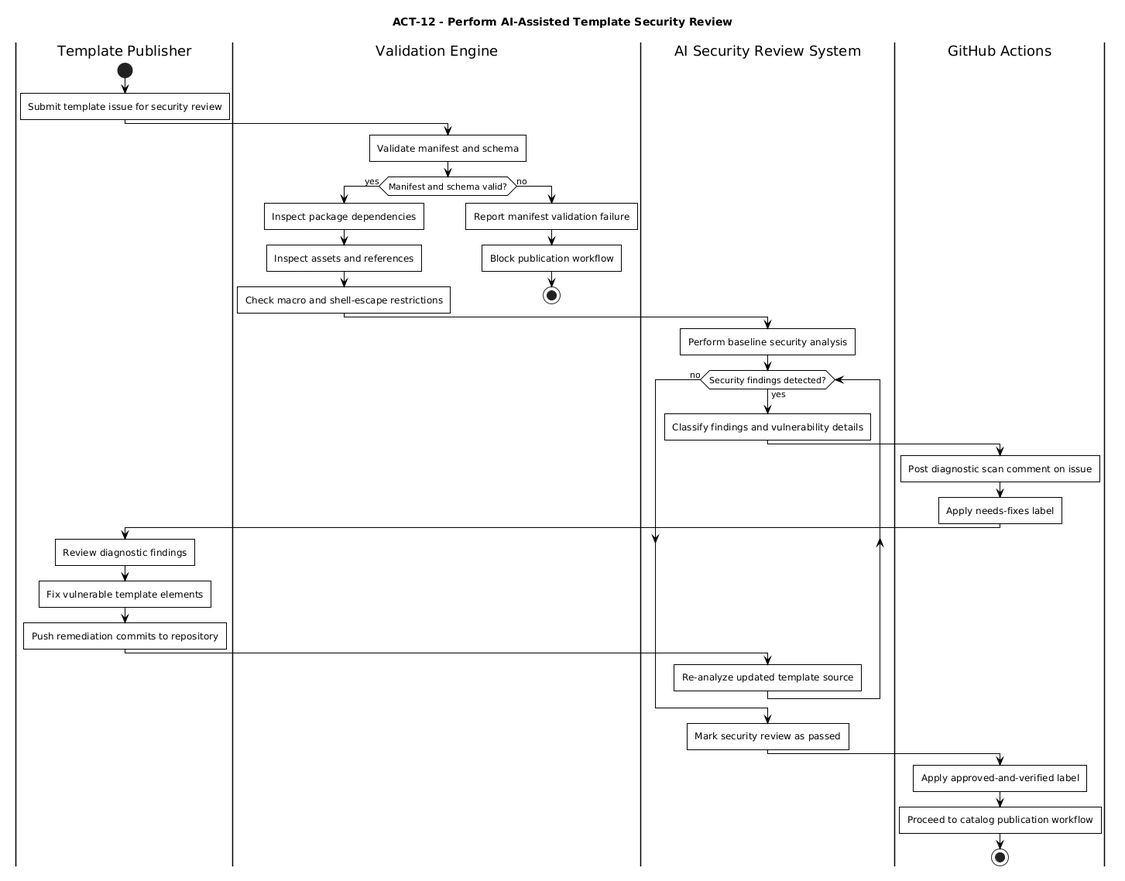
This is Figures/activity/12-security-review.png from Litho-MD/uet-fyp-docs, a PlantUML export, as it was before one commit.
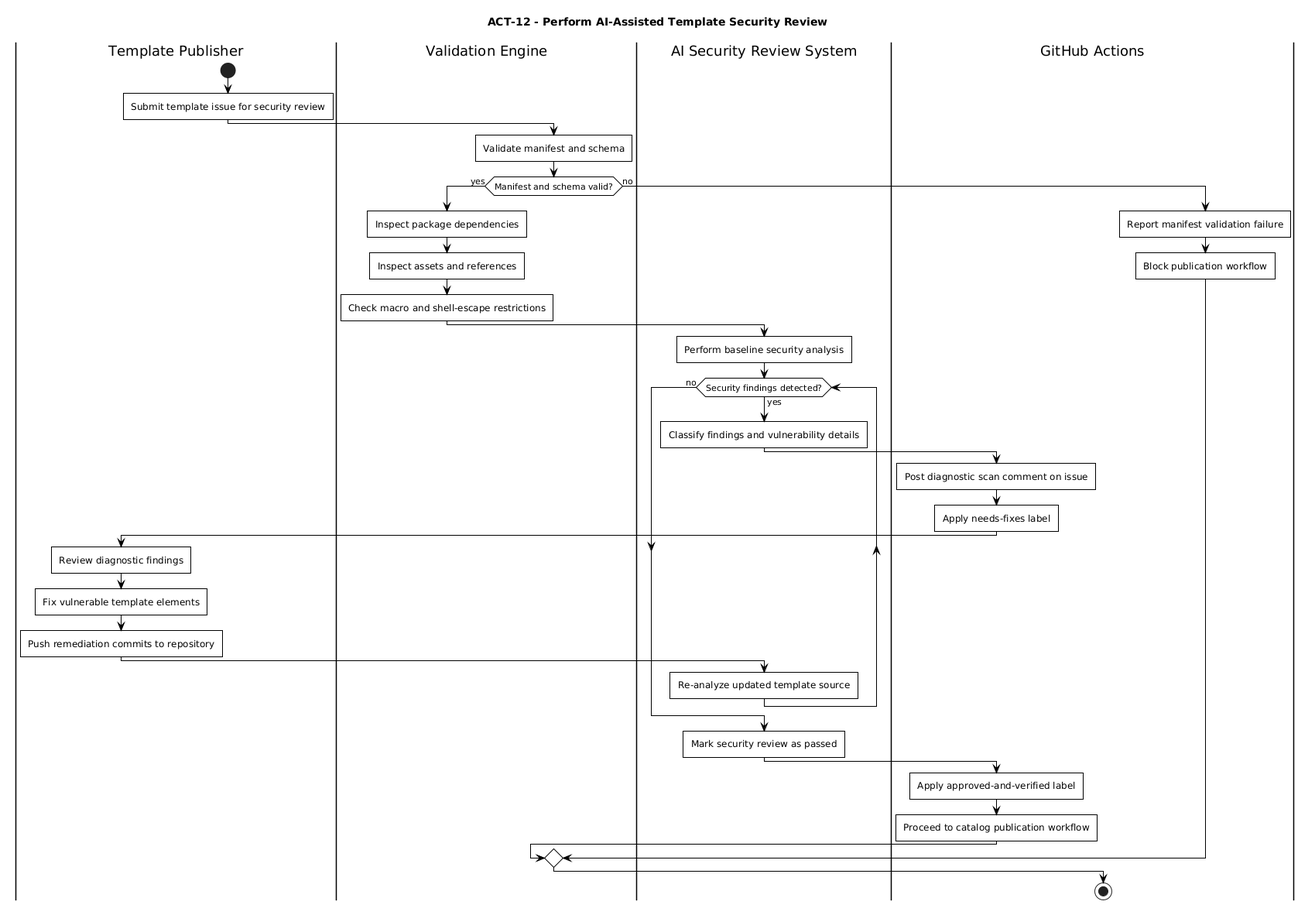
After the change.

What changed in the source:
```diff
@@ -27,33 +27,33 @@
     :Inspect package dependencies;
     :Inspect assets and references;
     :Check macro and shell-escape restrictions;
+
+    |AI Security Review System|
+    :Perform baseline security analysis;
+
+    while (Security findings detected?) is (yes)
+        :Classify findings and vulnerability details;
+        |GitHub Actions|
+        :Post diagnostic scan comment on issue;
+        :Apply needs-fixes label;
+        |Template Publisher|
+        :Review diagnostic findings;
+        :Fix vulnerable template elements;
+        :Push remediation commits to repository;
+        |AI Security Review System|
+        :Re-analyze updated template source;
+    endwhile (no)
+
+    |AI Security Review System|
+    :Mark security review as passed;
+
+    |GitHub Actions|
+    :Apply approved-and-verified label;
+    :Proceed to catalog publication workflow;
 else (no)
     :Report manifest validation failure;
     :Block publication workflow;
-    stop
 endif
 
-|AI Security Review System|
-:Perform baseline security analysis;
-
-while (Security findings detected?) is (yes)
-    :Classify findings and vulnerability details;
-    |GitHub Actions|
-    :Post diagnostic scan comment on issue;
-    :Apply needs-fixes label;
-    |Template Publisher|
-    :Review diagnostic findings;
-    :Fix vulnerable template elements;
-    :Push remediation commits to repository;
-    |AI Security Review System|
-    :Re-analyze updated template source;
-endwhile (no)
-
-|AI Security Review System|
-:Mark security review as passed;
-
-|GitHub Actions|
-:Apply approved-and-verified label;
-:Proceed to catalog publication workflow;
 stop
 @enduml
```
